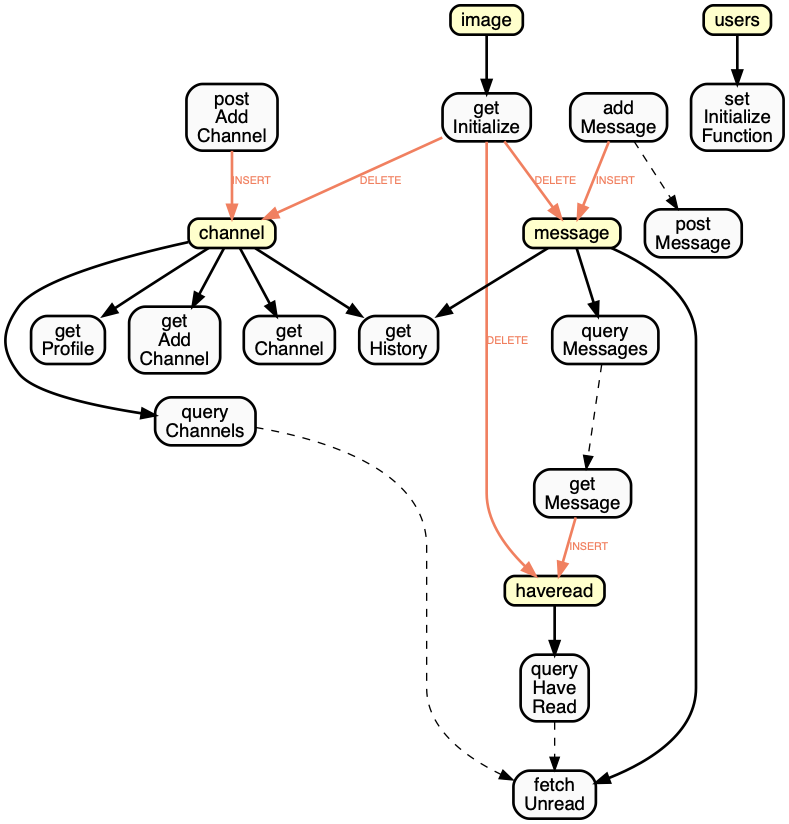
Muratam/isucon7q2019 keeps this Graphviz diagram as utils/sqlmap.png. Above is the earlier version. Its source is kept beside it as utils/sqlmap.dot.
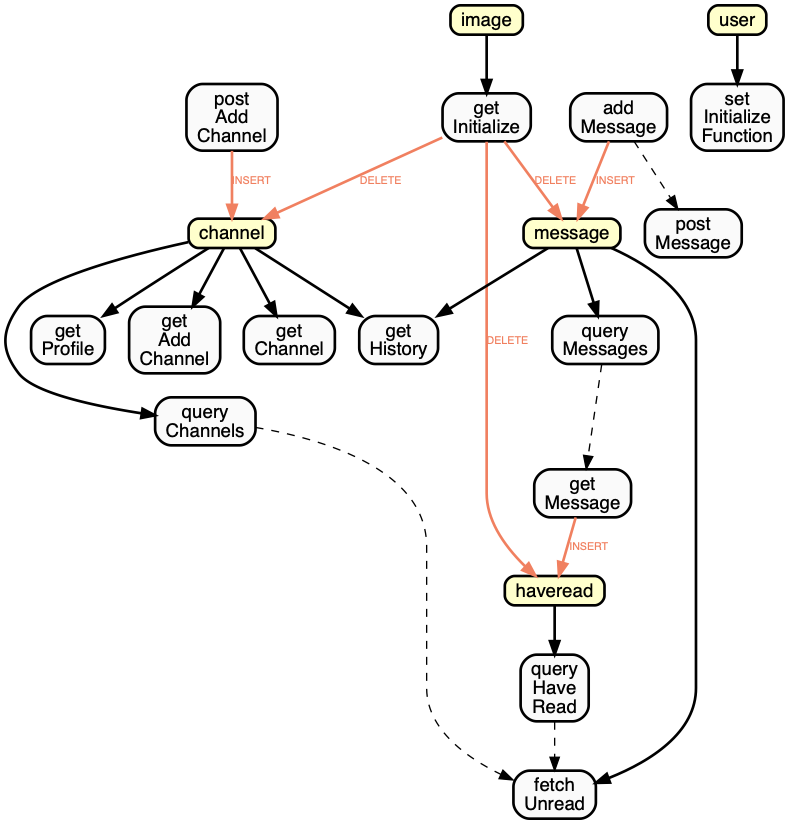
Above is the later version.

Diff of the diagram source:
```diff
@@ -37,8 +37,8 @@
 addMessage[label="add
 Message"];
 
-      users -> setInitializeFunction[style="bold"];
-users[label="users",shape=box, style="filled, bold, rounded", fillcolor="#ffffcc"];
+      user -> setInitializeFunction[style="bold"];
+user[label="user",shape=box, style="filled, bold, rounded", fillcolor="#ffffcc"];
 setInitializeFunction[label="set
 Initialize
 Function"];
```
